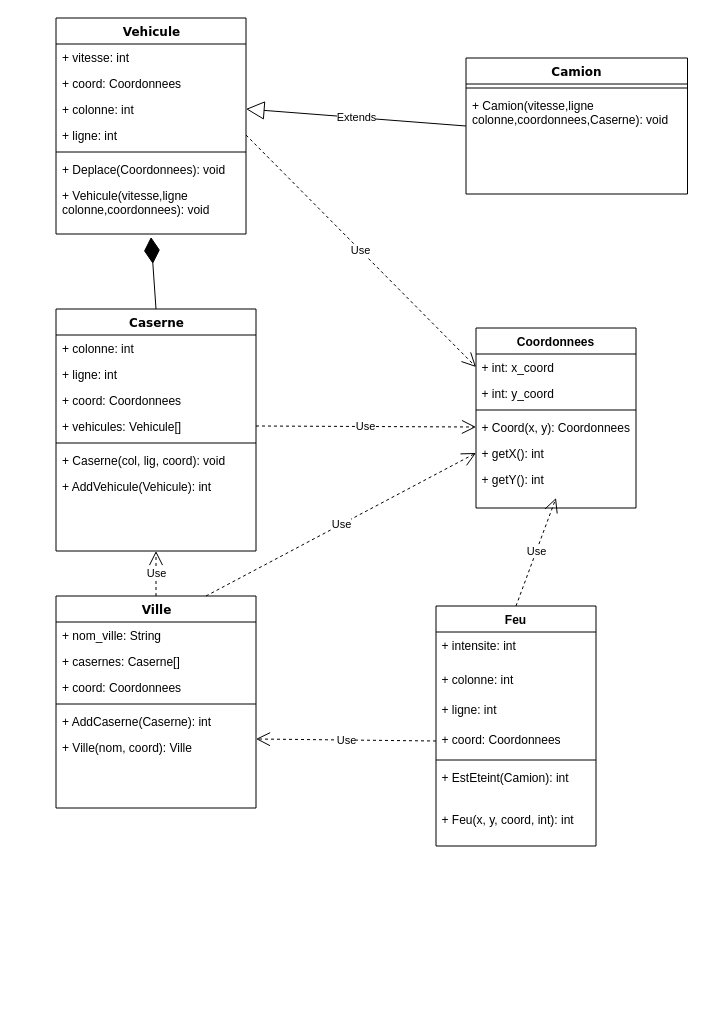
Before: Archi_Schema/Diagramme_Classe_Simulateur.drawio in SimSua/projet_transversal, a draw.io diagram. Source tidied: cells renumbered, new cells numbered last; positions are measured from the earlier drawing's top-left corner, leaving out a move shared by most shapes. Both pictures are drawn from the tidied source at 100%, with x=0, y=0 at pixel (55, 18).
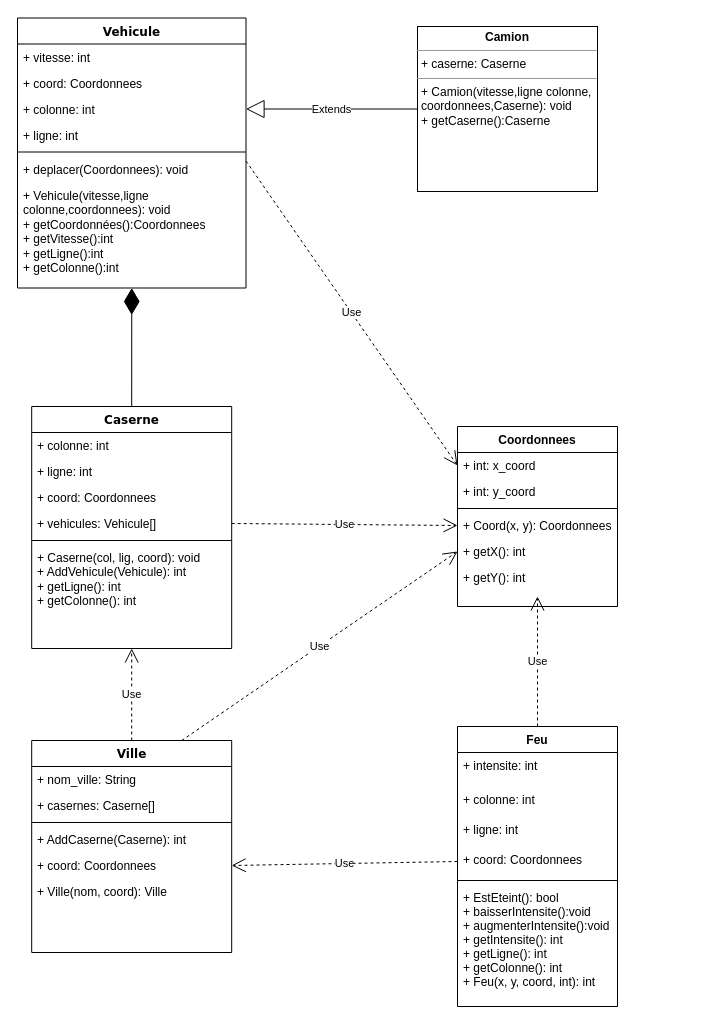
After the change.

The change refers to these unchanged cells:
```xml
<mxCell id="32" value="+ coord: Coordonnees&#10;" style="text;strokeColor=none;fillColor=none;align=left;verticalAlign=top;spacingLeft=4;spacingRight=4;overflow=hidden;points=[[0,0.5],[1,0.5]];portConstraint=eastwest;" parent="28" vertex="1">
  <mxGeometry y="120" width="160" height="30" as="geometry" />
</mxCell>
<mxCell id="41" value="+ int: x_coord&#10;" style="text;strokeColor=none;fillColor=none;align=left;verticalAlign=top;spacingLeft=4;spacingRight=4;overflow=hidden;points=[[0,0.5],[1,0.5]];portConstraint=eastwest;" parent="40" vertex="1">
  <mxGeometry y="26" width="160" height="26" as="geometry" />
</mxCell>
```

Change to the diagram source:
```diff
@@
     <mxCell id="2" value="Caserne" style="swimlane;html=1;fontStyle=1;align=center;verticalAlign=top;horizontal=1;startSize=26;swimlaneFillColor=#ffffff;rounded=0;shadow=0;comic=0;labelBackgroundColor=none;strokeWidth=1;fillColor=none;fontFamily=Verdana;fontSize=12;" parent="1" vertex="1">
-      <mxGeometry x="0.5" y="290.5" width="200" height="242" as="geometry" />
+      <mxGeometry x="-23.8" y="388" width="200" height="242" as="geometry" />
     </mxCell>
@@
-    <mxCell id="8" value="+ Caserne(col, lig, coord): void" style="text;html=1;strokeColor=none;fillColor=none;align=left;verticalAlign=top;spacingLeft=4;spacingRight=4;whiteSpace=wrap;overflow=hidden;" parent="2" vertex="1">
-      <mxGeometry y="138" width="200" height="26" as="geometry" />
+    <mxCell id="8" value="&lt;div&gt;+ Caserne(col, lig, coord): void&lt;/div&gt;&lt;div&gt;+ AddVehicule(Vehicule): int&lt;/div&gt;&lt;div&gt;+ getLigne(): int&lt;/div&gt;&lt;div&gt;+ getColonne(): int&lt;br&gt;&lt;/div&gt;" style="text;html=1;strokeColor=none;fillColor=none;align=left;verticalAlign=top;spacingLeft=4;spacingRight=4;whiteSpace=wrap;overflow=hidden;" parent="2" vertex="1">
+      <mxGeometry y="138" width="200" height="102" as="geometry" />
     </mxCell>
-    <mxCell id="9" value="+ AddVehicule(Vehicule): int" style="text;html=1;strokeColor=none;fillColor=none;align=left;verticalAlign=top;spacingLeft=4;spacingRight=4;whiteSpace=wrap;overflow=hidden;" parent="2" vertex="1">
-      <mxGeometry y="164" width="200" height="26" as="geometry" />
-    </mxCell>
     <mxCell id="10" value="Vehicule" style="swimlane;html=1;fontStyle=1;align=center;verticalAlign=top;horizontal=1;startSize=26;swimlaneFillColor=#ffffff;rounded=0;shadow=0;comic=0;labelBackgroundColor=none;strokeWidth=1;fillColor=none;fontFamily=Verdana;fontSize=12;" parent="1" vertex="1">
-      <mxGeometry x="0.5" y="-0.5" width="190" height="216" as="geometry" />
+      <mxGeometry x="-38" y="-0.5" width="228.5" height="270" as="geometry" />
     </mxCell>
     <mxCell id="11" value="+ vitesse: int" style="text;html=1;strokeColor=none;fillColor=none;align=left;verticalAlign=top;spacingLeft=4;spacingRight=4;whiteSpace=wrap;overflow=hidden;" parent="10" vertex="1">
-      <mxGeometry y="26" width="190" height="26" as="geometry" />
+      <mxGeometry y="26" width="228.5" height="26" as="geometry" />
     </mxCell>
     <mxCell id="12" value="+ coord: Coordonnees" style="text;html=1;strokeColor=none;fillColor=none;align=left;verticalAlign=top;spacingLeft=4;spacingRight=4;whiteSpace=wrap;overflow=hidden;" parent="10" vertex="1">
-      <mxGeometry y="52" width="190" height="26" as="geometry" />
+      <mxGeometry y="52" width="228.5" height="26" as="geometry" />
     </mxCell>
     <mxCell id="13" value="+ colonne: int" style="text;html=1;strokeColor=none;fillColor=none;align=left;verticalAlign=top;spacingLeft=4;spacingRight=4;whiteSpace=wrap;overflow=hidden;points=[[0,0.5],[1,0.5]];portConstraint=eastwest;" parent="10" vertex="1">
-      <mxGeometry y="78" width="190" height="26" as="geometry" />
+      <mxGeometry y="78" width="228.5" height="26" as="geometry" />
     </mxCell>
     <mxCell id="14" value="+ ligne: int" style="text;html=1;strokeColor=none;fillColor=none;align=left;verticalAlign=top;spacingLeft=4;spacingRight=4;whiteSpace=wrap;overflow=hidden;points=[[0,0.5],[1,0.5]];portConstraint=eastwest;" parent="10" vertex="1">
-      <mxGeometry y="104" width="190" height="26" as="geometry" />
+      <mxGeometry y="104" width="228.5" height="26" as="geometry" />
     </mxCell>
     <mxCell id="15" style="line;html=1;strokeWidth=1;fillColor=none;align=left;verticalAlign=middle;spacingTop=-1;spacingLeft=3;spacingRight=3;labelPosition=right;" parent="10" vertex="1">
-      <mxGeometry y="130" width="190" height="8" as="geometry" />
+      <mxGeometry y="130" width="228.5" height="8" as="geometry" />
     </mxCell>
-    <mxCell id="16" value="+ Deplace(Coordonnees): void" style="text;html=1;strokeColor=none;fillColor=none;align=left;verticalAlign=top;spacingLeft=4;spacingRight=4;whiteSpace=wrap;overflow=hidden;" parent="10" vertex="1">
-      <mxGeometry y="138" width="190" height="26" as="geometry" />
+    <mxCell id="16" value="+ deplacer(Coordonnees): void" style="text;html=1;strokeColor=none;fillColor=none;align=left;verticalAlign=top;spacingLeft=4;spacingRight=4;whiteSpace=wrap;overflow=hidden;" parent="10" vertex="1">
+      <mxGeometry y="138" width="228.5" height="26" as="geometry" />
     </mxCell>
-    <mxCell id="17" value="+ Vehicule(vitesse,ligne colonne,coordonnees): void" style="text;html=1;strokeColor=none;fillColor=none;align=left;verticalAlign=top;spacingLeft=4;spacingRight=4;whiteSpace=wrap;overflow=hidden;points=[[0,0.5],[1,0.5]];portConstraint=eastwest;" parent="10" vertex="1">
-      <mxGeometry y="164" width="190" height="52" as="geometry" />
+    <mxCell id="17" value="&lt;div&gt;+ Vehicule(vitesse,ligne colonne,coordonnees): void&lt;/div&gt;&lt;div&gt;+ getCoordonnées():Coordonnees&lt;/div&gt;&lt;div&gt;+ getVitesse():int&lt;/div&gt;&lt;div&gt;+ getLigne():int&lt;/div&gt;&lt;div&gt;+ getColonne():int&lt;/div&gt;" style="text;html=1;strokeColor=none;fillColor=none;align=left;verticalAlign=top;spacingLeft=4;spacingRight=4;whiteSpace=wrap;overflow=hidden;points=[[0,0.5],[1,0.5]];portConstraint=eastwest;" parent="10" vertex="1">
+      <mxGeometry y="164" width="228.5" height="106" as="geometry" />
     </mxCell>
-    <mxCell id="18" value="Camion&lt;br&gt;" style="swimlane;html=1;fontStyle=1;align=center;verticalAlign=top;horizontal=1;startSize=26;swimlaneFillColor=#ffffff;rounded=0;shadow=0;comic=0;labelBackgroundColor=none;strokeWidth=1;fillColor=none;fontFamily=Verdana;fontSize=12;" parent="1" vertex="1">
-      <mxGeometry x="410.5" y="39.5" width="221.5" height="136" as="geometry" />
-    </mxCell>
-    <mxCell id="19" style="line;html=1;strokeWidth=1;fillColor=none;align=left;verticalAlign=middle;spacingTop=-1;spacingLeft=3;spacingRight=3;labelPosition=right;" parent="18" vertex="1">
-      <mxGeometry y="26" width="221.5" height="8" as="geometry" />
-    </mxCell>
-    <mxCell id="20" value="+ Camion(vitesse,ligne colonne,coordonnees,Caserne): void" style="text;html=1;strokeColor=none;fillColor=none;align=left;verticalAlign=top;spacingLeft=4;spacingRight=4;whiteSpace=wrap;overflow=hidden;" parent="18" vertex="1">
-      <mxGeometry y="34" width="221.5" height="52" as="geometry" />
-    </mxCell>
     <mxCell id="21" value="Ville" style="swimlane;html=1;fontStyle=1;align=center;verticalAlign=top;horizontal=1;startSize=26;swimlaneFillColor=#ffffff;rounded=0;shadow=0;comic=0;labelBackgroundColor=none;strokeWidth=1;fillColor=none;fontFamily=Verdana;fontSize=12;" parent="1" vertex="1">
-      <mxGeometry x="0.5" y="577.5" width="200" height="212" as="geometry" />
+      <mxGeometry x="-23.8" y="722" width="200" height="212" as="geometry" />
     </mxCell>
@@
-    <mxCell id="24" value="+ coord: Coordonnees" style="text;html=1;strokeColor=none;fillColor=none;align=left;verticalAlign=top;spacingLeft=4;spacingRight=4;whiteSpace=wrap;overflow=hidden;points=[[0,0.5],[1,0.5]];portConstraint=eastwest;" parent="21" vertex="1">
-      <mxGeometry y="78" width="200" height="26" as="geometry" />
-    </mxCell>
     <mxCell id="25" style="line;html=1;strokeWidth=1;fillColor=none;align=left;verticalAlign=middle;spacingTop=-1;spacingLeft=3;spacingRight=3;labelPosition=right;" parent="21" vertex="1">
-      <mxGeometry y="104" width="200" height="8" as="geometry" />
+      <mxGeometry y="78" width="200" height="8" as="geometry" />
     </mxCell>
     <mxCell id="26" value="+ AddCaserne(Caserne): int" style="text;html=1;strokeColor=none;fillColor=none;align=left;verticalAlign=top;spacingLeft=4;spacingRight=4;whiteSpace=wrap;overflow=hidden;" parent="21" vertex="1">
-      <mxGeometry y="112" width="200" height="26" as="geometry" />
+      <mxGeometry y="86" width="200" height="26" as="geometry" />
     </mxCell>
+    <mxCell id="24" value="+ coord: Coordonnees" style="text;html=1;strokeColor=none;fillColor=none;align=left;verticalAlign=top;spacingLeft=4;spacingRight=4;whiteSpace=wrap;overflow=hidden;points=[[0,0.5],[1,0.5]];portConstraint=eastwest;" parent="21" vertex="1">
+      <mxGeometry y="112" width="200" height="26" as="geometry" />
+    </mxCell>
@@
     <mxCell id="28" value="Feu" style="swimlane;fontStyle=1;align=center;verticalAlign=top;horizontal=1;startSize=26;" parent="1" vertex="1">
-      <mxGeometry x="380.5" y="587.5" width="160" height="240" as="geometry" />
+      <mxGeometry x="402" y="708" width="160" height="280" as="geometry" />
     </mxCell>
@@
-    <mxCell id="34" value="+ EstEteint(Camion): int" style="text;strokeColor=none;fillColor=none;align=left;verticalAlign=top;spacingLeft=4;spacingRight=4;overflow=hidden;" parent="28" vertex="1">
-      <mxGeometry y="158" width="160" height="42" as="geometry" />
+    <mxCell id="34" value="+ EstEteint(): bool&#10;+ baisserIntensite():void&#10;+ augmenterIntensite():void&#10;+ getIntensite(): int&#10;+ getLigne(): int&#10;+ getColonne(): int&#10;+ Feu(x, y, coord, int): int" style="text;strokeColor=none;fillColor=none;align=left;verticalAlign=top;spacingLeft=4;spacingRight=4;overflow=hidden;" parent="28" vertex="1">
+      <mxGeometry y="158" width="160" height="122" as="geometry" />
     </mxCell>
-    <mxCell id="35" value="+ Feu(x, y, coord, int): int" style="text;strokeColor=none;fillColor=none;align=left;verticalAlign=top;spacingLeft=4;spacingRight=4;overflow=hidden;" parent="28" vertex="1">
-      <mxGeometry y="200" width="160" height="40" as="geometry" />
-    </mxCell>
-    <mxCell id="36" value="Extends" style="endArrow=block;endSize=16;endFill=0;html=1;entryX=1;entryY=0.5;entryDx=0;entryDy=0;exitX=0;exitY=0.5;exitDx=0;exitDy=0;" parent="1" edge="1" source="18" target="13">
+    <mxCell id="36" value="Extends" style="endArrow=block;endSize=16;endFill=0;html=1;entryX=1;entryY=0.5;entryDx=0;entryDy=0;exitX=0;exitY=0.5;exitDx=0;exitDy=0;" parent="1" edge="1" source="51" target="13">
       <mxGeometry relative="1" as="geometry" />
     </mxCell>
-    <mxCell id="37" style="endArrow=diamondThin;endFill=1;endSize=24;html=1;exitX=0.5;exitY=0;exitDx=0;exitDy=0;entryX=0.5;entryY=1.058;entryDx=0;entryDy=0;entryPerimeter=0;" parent="1" edge="1" source="2" target="17">
+    <mxCell id="37" style="endArrow=diamondThin;endFill=1;endSize=24;html=1;exitX=0.5;exitY=0;exitDx=0;exitDy=0;entryX=0.5;entryY=1;entryDx=0;entryDy=0;" parent="1" edge="1" source="2" target="10">
       <mxGeometry relative="1" as="geometry" />
     </mxCell>
@@
-    <mxCell id="39" value="Use" style="endArrow=open;endSize=12;dashed=1;html=1;exitX=0;exitY=0.5;exitDx=0;exitDy=0;entryX=1;entryY=0.5;entryDx=0;entryDy=0;" parent="1" edge="1" source="32">
-      <mxGeometry relative="1" as="geometry">
-        <mxPoint x="200.5" y="720.5" as="targetPoint" />
-      </mxGeometry>
+    <mxCell id="39" value="Use" style="endArrow=open;endSize=12;dashed=1;html=1;exitX=0;exitY=0.5;exitDx=0;exitDy=0;entryX=1;entryY=0.5;entryDx=0;entryDy=0;" parent="1" edge="1" source="32" target="24">
+      <mxGeometry relative="1" as="geometry" />
     </mxCell>
     <mxCell id="40" value="Coordonnees" style="swimlane;fontStyle=1;align=center;verticalAlign=top;horizontal=1;startSize=26;" parent="1" vertex="1">
-      <mxGeometry x="420.5" y="309.5" width="160" height="180" as="geometry" />
+      <mxGeometry x="402" y="408" width="160" height="180" as="geometry" />
     </mxCell>
@@
-    <mxCell id="50" value="Use" style="endArrow=open;endSize=12;dashed=1;html=1;exitX=1;exitY=0.5;exitDx=0;exitDy=0;entryX=0;entryY=0.5;entryDx=0;entryDy=0;" parent="1" edge="1" source="14" target="41">
-      <mxGeometry relative="1" as="geometry" />
+    <mxCell id="50" value="Use" style="endArrow=open;endSize=12;dashed=1;html=1;exitX=1;exitY=0.5;exitDx=0;exitDy=0;entryX=0;entryY=0.5;entryDx=0;entryDy=0;" parent="1" edge="1" target="41">
+      <mxGeometry relative="1" as="geometry">
+        <mxPoint x="190.5" y="142.5" as="sourcePoint" />
+      </mxGeometry>
     </mxCell>
+    <mxCell id="51" value="&lt;p style=&quot;margin: 0px ; margin-top: 4px ; text-align: center&quot;&gt;&lt;b&gt;Camion&lt;/b&gt;&lt;/p&gt;&lt;hr size=&quot;1&quot;&gt;&lt;p style=&quot;margin: 0px ; margin-left: 4px&quot;&gt;+ caserne: Caserne&lt;br&gt;&lt;/p&gt;&lt;hr size=&quot;1&quot;&gt;&lt;p style=&quot;margin: 0px ; margin-left: 4px&quot;&gt;+ Camion(vitesse,ligne colonne,&lt;/p&gt;&lt;p style=&quot;margin: 0px ; margin-left: 4px&quot;&gt;coordonnees,Caserne): void&lt;/p&gt;&lt;p style=&quot;margin: 0px ; margin-left: 4px&quot;&gt;+ getCaserne():Caserne&lt;/p&gt;" style="verticalAlign=top;align=left;overflow=fill;fontSize=12;fontFamily=Helvetica;html=1;" parent="1" vertex="1">
+      <mxGeometry x="362" y="8" width="180" height="165" as="geometry" />
+    </mxCell>
```
